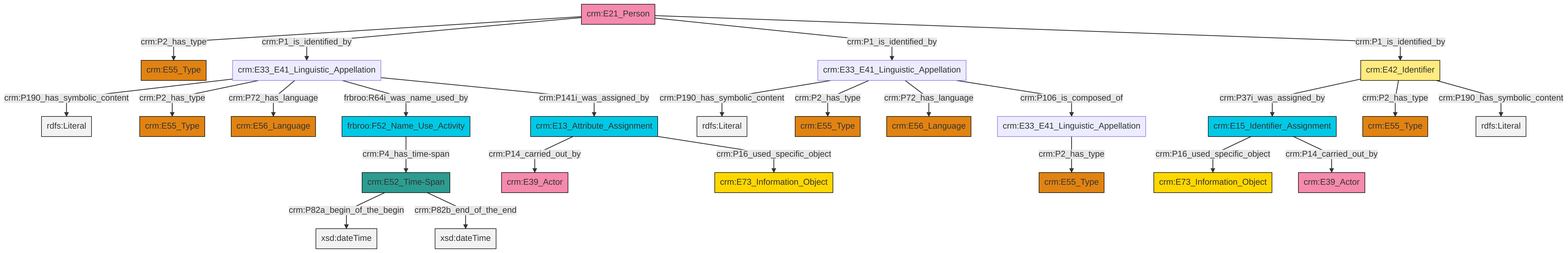
swiss-art-research-net/reference-data-models keeps this Mermaid diagram as et/personCSV/ttl/mmd/png/Person_Names_and_Classification.png. Above is the earlier version. Its source is kept beside it as et/personCSV/ttl/mmd/Person_Names_and_Classification.ttl.mmd.
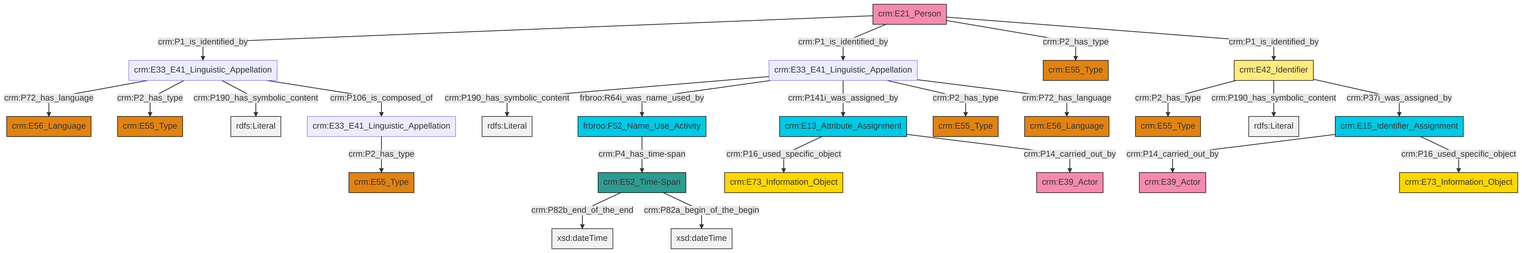
Later version of the same file.

Change to the diagram source:
```diff
@@ -13,27 +13,27 @@
 classDef PC_Classes fill:#4ce600, stroke:#000000;
 classDef Multi fill:#cccccc,stroke:#000000;
 
-0["crm:E33_E41_Linguistic_Appellation"]:::Default -->|crm:P2_has_type| 1["crm:E55_Type"]:::Type
-10["crm:E42_Identifier"]:::Appellation -->|crm:P37i_was_assigned_by| 11["crm:E15_Identifier_Assignment"]:::Temporal_Entity
-11["crm:E15_Identifier_Assignment"]:::Temporal_Entity -->|crm:P16_used_specific_object| 12["crm:E73_Information_Object"]:::Conceptual_Object
-18["frbroo:F52_Name_Use_Activity"]:::Temporal_Entity -->|crm:P4_has_time-span| 19["crm:E52_Time-Span"]:::Time-Span
-10["crm:E42_Identifier"]:::Appellation -->|crm:P2_has_type| 21["crm:E55_Type"]:::Type
-8["crm:E33_E41_Linguistic_Appellation"]:::Default -->|crm:P190_has_symbolic_content| 23[rdfs:Literal]:::Literal
-19["crm:E52_Time-Span"]:::Time-Span -->|crm:P82a_begin_of_the_begin| 24[xsd:dateTime]:::Literal
-26["crm:E21_Person"]:::Actor -->|crm:P2_has_type| 27["crm:E55_Type"]:::Type
-26["crm:E21_Person"]:::Actor -->|crm:P1_is_identified_by| 8["crm:E33_E41_Linguistic_Appellation"]:::Default
-29["crm:E33_E41_Linguistic_Appellation"]:::Default -->|crm:P190_has_symbolic_content| 30[rdfs:Literal]:::Literal
-11["crm:E15_Identifier_Assignment"]:::Temporal_Entity -->|crm:P14_carried_out_by| 6["crm:E39_Actor"]:::Actor
-8["crm:E33_E41_Linguistic_Appellation"]:::Default -->|crm:P2_has_type| 2["crm:E55_Type"]:::Type
-29["crm:E33_E41_Linguistic_Appellation"]:::Default -->|crm:P2_has_type| 36["crm:E55_Type"]:::Type
-10["crm:E42_Identifier"]:::Appellation -->|crm:P190_has_symbolic_content| 38[rdfs:Literal]:::Literal
-8["crm:E33_E41_Linguistic_Appellation"]:::Default -->|crm:P72_has_language| 14["crm:E56_Language"]:::Type
-32["crm:E13_Attribute_Assignment"]:::Temporal_Entity -->|crm:P14_carried_out_by| 16["crm:E39_Actor"]:::Actor
-26["crm:E21_Person"]:::Actor -->|crm:P1_is_identified_by| 29["crm:E33_E41_Linguistic_Appellation"]:::Default
-29["crm:E33_E41_Linguistic_Appellation"]:::Default -->|crm:P72_has_language| 4["crm:E56_Language"]:::Type
-32["crm:E13_Attribute_Assignment"]:::Temporal_Entity -->|crm:P16_used_specific_object| 39["crm:E73_Information_Object"]:::Conceptual_Object
-26["crm:E21_Person"]:::Actor -->|crm:P1_is_identified_by| 10["crm:E42_Identifier"]:::Appellation
-8["crm:E33_E41_Linguistic_Appellation"]:::Default -->|frbroo:R64i_was_name_used_by| 18["frbroo:F52_Name_Use_Activity"]:::Temporal_Entity
-19["crm:E52_Time-Span"]:::Time-Span -->|crm:P82b_end_of_the_end| 42[xsd:dateTime]:::Literal
-8["crm:E33_E41_Linguistic_Appellation"]:::Default -->|crm:P141i_was_assigned_by| 32["crm:E13_Attribute_Assignment"]:::Temporal_Entity
-29["crm:E33_E41_Linguistic_Appellation"]:::Default -->|crm:P106_is_composed_of| 0["crm:E33_E41_Linguistic_Appellation"]:::Default
+0["crm:E33_E41_Linguistic_Appellation"]:::Default -->|crm:P72_has_language| 1["crm:E56_Language"]:::Type
+2["crm:E21_Person"]:::Actor -->|crm:P1_is_identified_by| 0["crm:E33_E41_Linguistic_Appellation"]:::Default
+2["crm:E21_Person"]:::Actor -->|crm:P1_is_identified_by| 3["crm:E33_E41_Linguistic_Appellation"]:::Default
+3["crm:E33_E41_Linguistic_Appellation"]:::Default -->|crm:P190_has_symbolic_content| 4[rdfs:Literal]:::Literal
+0["crm:E33_E41_Linguistic_Appellation"]:::Default -->|crm:P2_has_type| 5["crm:E55_Type"]:::Type
+2["crm:E21_Person"]:::Actor -->|crm:P2_has_type| 7["crm:E55_Type"]:::Type
+11["crm:E33_E41_Linguistic_Appellation"]:::Default -->|crm:P2_has_type| 12["crm:E55_Type"]:::Type
+3["crm:E33_E41_Linguistic_Appellation"]:::Default -->|frbroo:R64i_was_name_used_by| 13["frbroo:F52_Name_Use_Activity"]:::Temporal_Entity
+17["crm:E42_Identifier"]:::Appellation -->|crm:P2_has_type| 15["crm:E55_Type"]:::Type
+17["crm:E42_Identifier"]:::Appellation -->|crm:P190_has_symbolic_content| 18[rdfs:Literal]:::Literal
+0["crm:E33_E41_Linguistic_Appellation"]:::Default -->|crm:P190_has_symbolic_content| 20[rdfs:Literal]:::Literal
+23["crm:E15_Identifier_Assignment"]:::Temporal_Entity -->|crm:P14_carried_out_by| 21["crm:E39_Actor"]:::Actor
+2["crm:E21_Person"]:::Actor -->|crm:P1_is_identified_by| 17["crm:E42_Identifier"]:::Appellation
+9["crm:E13_Attribute_Assignment"]:::Temporal_Entity -->|crm:P16_used_specific_object| 28["crm:E73_Information_Object"]:::Conceptual_Object
+3["crm:E33_E41_Linguistic_Appellation"]:::Default -->|crm:P141i_was_assigned_by| 9["crm:E13_Attribute_Assignment"]:::Temporal_Entity
+9["crm:E13_Attribute_Assignment"]:::Temporal_Entity -->|crm:P14_carried_out_by| 25["crm:E39_Actor"]:::Actor
+0["crm:E33_E41_Linguistic_Appellation"]:::Default -->|crm:P106_is_composed_of| 11["crm:E33_E41_Linguistic_Appellation"]:::Default
+13["frbroo:F52_Name_Use_Activity"]:::Temporal_Entity -->|crm:P4_has_time-span| 35["crm:E52_Time-Span"]:::Time-Span
+23["crm:E15_Identifier_Assignment"]:::Temporal_Entity -->|crm:P16_used_specific_object| 39["crm:E73_Information_Object"]:::Conceptual_Object
+3["crm:E33_E41_Linguistic_Appellation"]:::Default -->|crm:P2_has_type| 30["crm:E55_Type"]:::Type
+17["crm:E42_Identifier"]:::Appellation -->|crm:P37i_was_assigned_by| 23["crm:E15_Identifier_Assignment"]:::Temporal_Entity
+35["crm:E52_Time-Span"]:::Time-Span -->|crm:P82b_end_of_the_end| 41[xsd:dateTime]:::Literal
+3["crm:E33_E41_Linguistic_Appellation"]:::Default -->|crm:P72_has_language| 42["crm:E56_Language"]:::Type
+35["crm:E52_Time-Span"]:::Time-Span -->|crm:P82a_begin_of_the_begin| 46[xsd:dateTime]:::Literal
```
